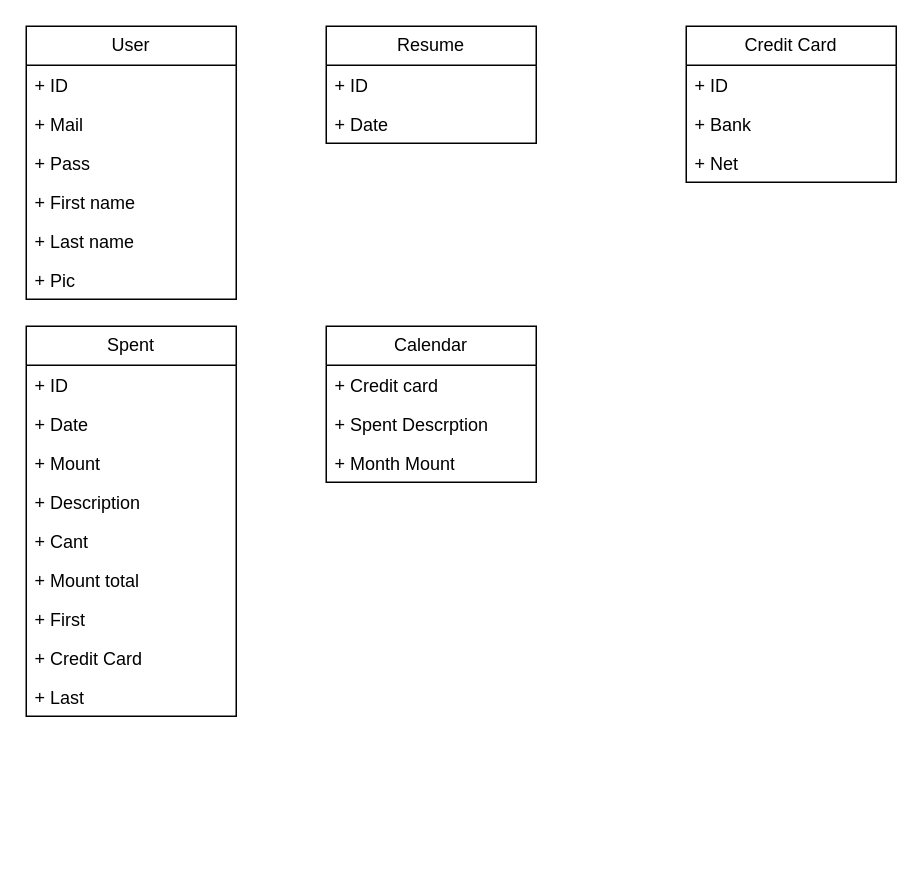
JSStenta/CuentasAlToque keeps this draw.io diagram as CuentasAlToque.drawio. Above is the earlier version. Source tidied: cells renumbered, new cells numbered last; positions are measured from the earlier drawing's top-left corner, leaving out a move shared by most shapes. Both pictures are drawn from the tidied source at 150%, with x=0, y=0 at pixel (26, 26).
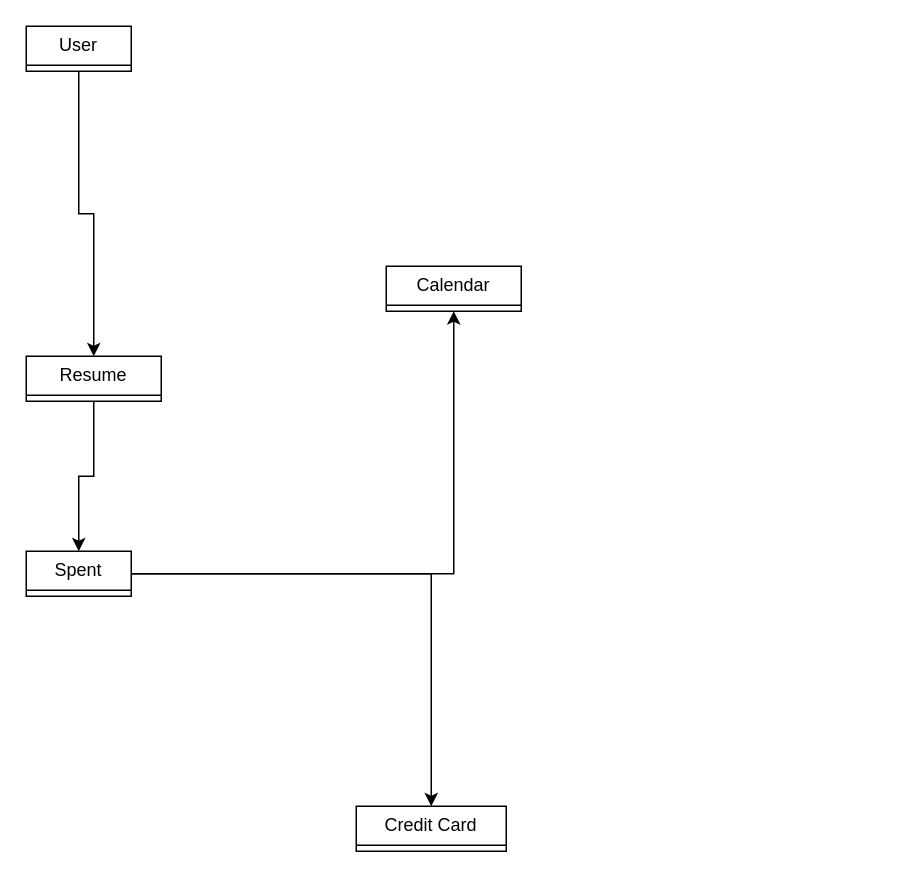
The same page after the edit.

Change to the diagram source:
```diff
@@
-    <mxCell id="2" value="User" style="swimlane;fontStyle=0;horizontal=1;startSize=26;fillColor=none;whiteSpace=wrap;html=1;" parent="1" vertex="1">
-      <mxGeometry width="140" height="182" as="geometry" />
+    <mxCell id="2" value="User" style="swimlane;fontStyle=0;horizontal=1;startSize=26;fillColor=none;whiteSpace=wrap;html=1;" parent="1" vertex="1" collapsed="1">
+      <mxGeometry width="70" height="30" as="geometry" />
     </mxCell>
-    <mxCell id="3" value="+ ID" style="text;strokeColor=none;fillColor=none;align=left;verticalAlign=top;spacingLeft=4;spacingRight=4;overflow=hidden;whiteSpace=wrap;html=1;" parent="2" vertex="1">
-      <mxGeometry y="26" width="140" height="26" as="geometry" />
-    </mxCell>
-    <mxCell id="4" value="+ Mail" style="text;strokeColor=none;fillColor=none;align=left;verticalAlign=top;spacingLeft=4;spacingRight=4;overflow=hidden;whiteSpace=wrap;html=1;" parent="2" vertex="1">
-      <mxGeometry y="52" width="140" height="26" as="geometry" />
-    </mxCell>
-    <mxCell id="5" value="+ Pass" style="text;strokeColor=none;fillColor=none;align=left;verticalAlign=top;spacingLeft=4;spacingRight=4;overflow=hidden;whiteSpace=wrap;html=1;" parent="2" vertex="1">
-      <mxGeometry y="78" width="140" height="26" as="geometry" />
-    </mxCell>
-    <mxCell id="6" value="+ First name" style="text;strokeColor=none;fillColor=none;align=left;verticalAlign=top;spacingLeft=4;spacingRight=4;overflow=hidden;whiteSpace=wrap;html=1;" parent="2" vertex="1">
-      <mxGeometry y="104" width="140" height="26" as="geometry" />
-    </mxCell>
-    <mxCell id="7" value="+ Last name" style="text;strokeColor=none;fillColor=none;align=left;verticalAlign=top;spacingLeft=4;spacingRight=4;overflow=hidden;whiteSpace=wrap;html=1;" parent="2" vertex="1">
-      <mxGeometry y="130" width="140" height="26" as="geometry" />
-    </mxCell>
-    <mxCell id="8" value="+ Pic" style="text;strokeColor=none;fillColor=none;align=left;verticalAlign=top;spacingLeft=4;spacingRight=4;overflow=hidden;whiteSpace=wrap;html=1;" parent="2" vertex="1">
-      <mxGeometry y="156" width="140" height="26" as="geometry" />
-    </mxCell>
+    <mxCell id="30" style="edgeStyle=orthogonalEdgeStyle;rounded=0;jettySize=auto;html=1;" parent="1" edge="1" source="9" target="16">
+      <mxGeometry relative="1" as="geometry" />
+    </mxCell>
-    <mxCell id="9" value="Resume" style="swimlane;fontStyle=0;horizontal=1;startSize=26;fillColor=none;whiteSpace=wrap;html=1;" parent="1" vertex="1">
-      <mxGeometry x="200" width="140" height="78" as="geometry" />
+    <mxCell id="9" value="Resume" style="swimlane;fontStyle=0;horizontal=1;startSize=26;fillColor=none;whiteSpace=wrap;html=1;" parent="1" vertex="1" collapsed="1">
+      <mxGeometry y="220" width="90" height="30" as="geometry" />
     </mxCell>
-    <mxCell id="10" value="+ ID" style="text;strokeColor=none;fillColor=none;align=left;verticalAlign=top;spacingLeft=4;spacingRight=4;overflow=hidden;whiteSpace=wrap;html=1;" parent="9" vertex="1">
-      <mxGeometry y="26" width="140" height="26" as="geometry" />
-    </mxCell>
-    <mxCell id="11" value="+ Date" style="text;strokeColor=none;fillColor=none;align=left;verticalAlign=top;spacingLeft=4;spacingRight=4;overflow=hidden;whiteSpace=wrap;html=1;" parent="9" vertex="1">
-      <mxGeometry y="52" width="140" height="26" as="geometry" />
-    </mxCell>
-    <mxCell id="12" value="Credit Card" style="swimlane;fontStyle=0;horizontal=1;startSize=26;fillColor=none;whiteSpace=wrap;html=1;" parent="1" vertex="1">
-      <mxGeometry x="440" width="140" height="104" as="geometry" />
+    <mxCell id="12" value="Credit Card" style="swimlane;fontStyle=0;horizontal=1;startSize=26;fillColor=none;whiteSpace=wrap;html=1;" parent="1" vertex="1" collapsed="1">
+      <mxGeometry x="220" y="520" width="100" height="30" as="geometry" />
     </mxCell>
-    <mxCell id="13" value="+ ID" style="text;strokeColor=none;fillColor=none;align=left;verticalAlign=top;spacingLeft=4;spacingRight=4;overflow=hidden;whiteSpace=wrap;html=1;" parent="12" vertex="1">
-      <mxGeometry y="26" width="140" height="26" as="geometry" />
-    </mxCell>
-    <mxCell id="14" value="+ Bank" style="text;strokeColor=none;fillColor=none;align=left;verticalAlign=top;spacingLeft=4;spacingRight=4;overflow=hidden;whiteSpace=wrap;html=1;" parent="12" vertex="1">
-      <mxGeometry y="52" width="140" height="26" as="geometry" />
-    </mxCell>
-    <mxCell id="15" value="+ Net" style="text;strokeColor=none;fillColor=none;align=left;verticalAlign=top;spacingLeft=4;spacingRight=4;overflow=hidden;whiteSpace=wrap;html=1;" parent="12" vertex="1">
-      <mxGeometry y="78" width="140" height="26" as="geometry" />
-    </mxCell>
-    <mxCell id="16" value="Spent" style="swimlane;fontStyle=0;horizontal=1;startSize=26;fillColor=none;whiteSpace=wrap;html=1;" parent="1" vertex="1">
-      <mxGeometry y="200" width="140" height="260" as="geometry" />
+    <mxCell id="16" value="Spent" style="swimlane;fontStyle=0;horizontal=1;startSize=26;fillColor=none;whiteSpace=wrap;html=1;" parent="1" vertex="1" collapsed="1">
+      <mxGeometry y="350" width="70" height="30" as="geometry" />
     </mxCell>
-    <mxCell id="17" value="+ ID" style="text;strokeColor=none;fillColor=none;align=left;verticalAlign=top;spacingLeft=4;spacingRight=4;overflow=hidden;whiteSpace=wrap;html=1;" parent="16" vertex="1">
-      <mxGeometry y="26" width="140" height="26" as="geometry" />
-    </mxCell>
-    <mxCell id="18" value="+ Date" style="text;strokeColor=none;fillColor=none;align=left;verticalAlign=top;spacingLeft=4;spacingRight=4;overflow=hidden;whiteSpace=wrap;html=1;" parent="16" vertex="1">
-      <mxGeometry y="52" width="140" height="26" as="geometry" />
-    </mxCell>
-    <mxCell id="19" value="+ Mount" style="text;strokeColor=none;fillColor=none;align=left;verticalAlign=top;spacingLeft=4;spacingRight=4;overflow=hidden;whiteSpace=wrap;html=1;" parent="16" vertex="1">
-      <mxGeometry y="78" width="140" height="26" as="geometry" />
-    </mxCell>
-    <mxCell id="20" value="+ Description" style="text;strokeColor=none;fillColor=none;align=left;verticalAlign=top;spacingLeft=4;spacingRight=4;overflow=hidden;whiteSpace=wrap;html=1;" parent="16" vertex="1">
-      <mxGeometry y="104" width="140" height="26" as="geometry" />
-    </mxCell>
-    <mxCell id="21" value="+ Cant" style="text;strokeColor=none;fillColor=none;align=left;verticalAlign=top;spacingLeft=4;spacingRight=4;overflow=hidden;whiteSpace=wrap;html=1;" parent="16" vertex="1">
-      <mxGeometry y="130" width="140" height="26" as="geometry" />
-    </mxCell>
-    <mxCell id="22" value="+ Mount total" style="text;strokeColor=none;fillColor=none;align=left;verticalAlign=top;spacingLeft=4;spacingRight=4;overflow=hidden;whiteSpace=wrap;html=1;" parent="16" vertex="1">
-      <mxGeometry y="156" width="140" height="26" as="geometry" />
-    </mxCell>
-    <mxCell id="23" value="+ First" style="text;strokeColor=none;fillColor=none;align=left;verticalAlign=top;spacingLeft=4;spacingRight=4;overflow=hidden;whiteSpace=wrap;html=1;" parent="16" vertex="1">
-      <mxGeometry y="182" width="140" height="26" as="geometry" />
-    </mxCell>
-    <mxCell id="24" value="+ Credit Card" style="text;strokeColor=none;fillColor=none;align=left;verticalAlign=top;spacingLeft=4;spacingRight=4;overflow=hidden;whiteSpace=wrap;html=1;" parent="16" vertex="1">
-      <mxGeometry y="208" width="140" height="26" as="geometry" />
-    </mxCell>
-    <mxCell id="25" value="+ Last" style="text;strokeColor=none;fillColor=none;align=left;verticalAlign=top;spacingLeft=4;spacingRight=4;overflow=hidden;whiteSpace=wrap;html=1;" parent="16" vertex="1">
-      <mxGeometry y="234" width="140" height="26" as="geometry" />
-    </mxCell>
-    <mxCell id="26" value="Calendar" style="swimlane;fontStyle=0;horizontal=1;startSize=26;fillColor=none;whiteSpace=wrap;html=1;" parent="1" vertex="1">
-      <mxGeometry x="200" y="200" width="140" height="104" as="geometry" />
+    <mxCell id="26" value="Calendar" style="swimlane;fontStyle=0;horizontal=1;startSize=26;fillColor=none;whiteSpace=wrap;html=1;" parent="1" vertex="1" collapsed="1">
+      <mxGeometry x="240" y="160" width="90" height="30" as="geometry" />
     </mxCell>
-    <mxCell id="27" value="+ Credit card" style="text;strokeColor=none;fillColor=none;align=left;verticalAlign=top;spacingLeft=4;spacingRight=4;overflow=hidden;whiteSpace=wrap;html=1;" parent="26" vertex="1">
-      <mxGeometry y="26" width="140" height="26" as="geometry" />
-    </mxCell>
-    <mxCell id="28" value="+ Spent Descrption" style="text;strokeColor=none;fillColor=none;align=left;verticalAlign=top;spacingLeft=4;spacingRight=4;overflow=hidden;whiteSpace=wrap;html=1;" parent="26" vertex="1">
-      <mxGeometry y="52" width="140" height="26" as="geometry" />
-    </mxCell>
-    <mxCell id="29" value="+ Month Mount" style="text;strokeColor=none;fillColor=none;align=left;verticalAlign=top;spacingLeft=4;spacingRight=4;overflow=hidden;whiteSpace=wrap;html=1;" parent="26" vertex="1">
-      <mxGeometry y="78" width="140" height="26" as="geometry" />
-    </mxCell>
+    <mxCell id="31" style="edgeStyle=orthogonalEdgeStyle;rounded=0;jettySize=auto;html=1;" parent="1" edge="1" source="2" target="9">
+      <mxGeometry relative="1" as="geometry" />
+    </mxCell>
+    <mxCell id="32" style="edgeStyle=orthogonalEdgeStyle;rounded=0;jettySize=auto;html=1;" parent="1" edge="1" source="16" target="26">
+      <mxGeometry relative="1" as="geometry" />
+    </mxCell>
+    <mxCell id="33" style="edgeStyle=orthogonalEdgeStyle;rounded=0;jettySize=auto;html=1;" parent="1" edge="1" source="16" target="12">
+      <mxGeometry relative="1" as="geometry" />
+    </mxCell>
```
